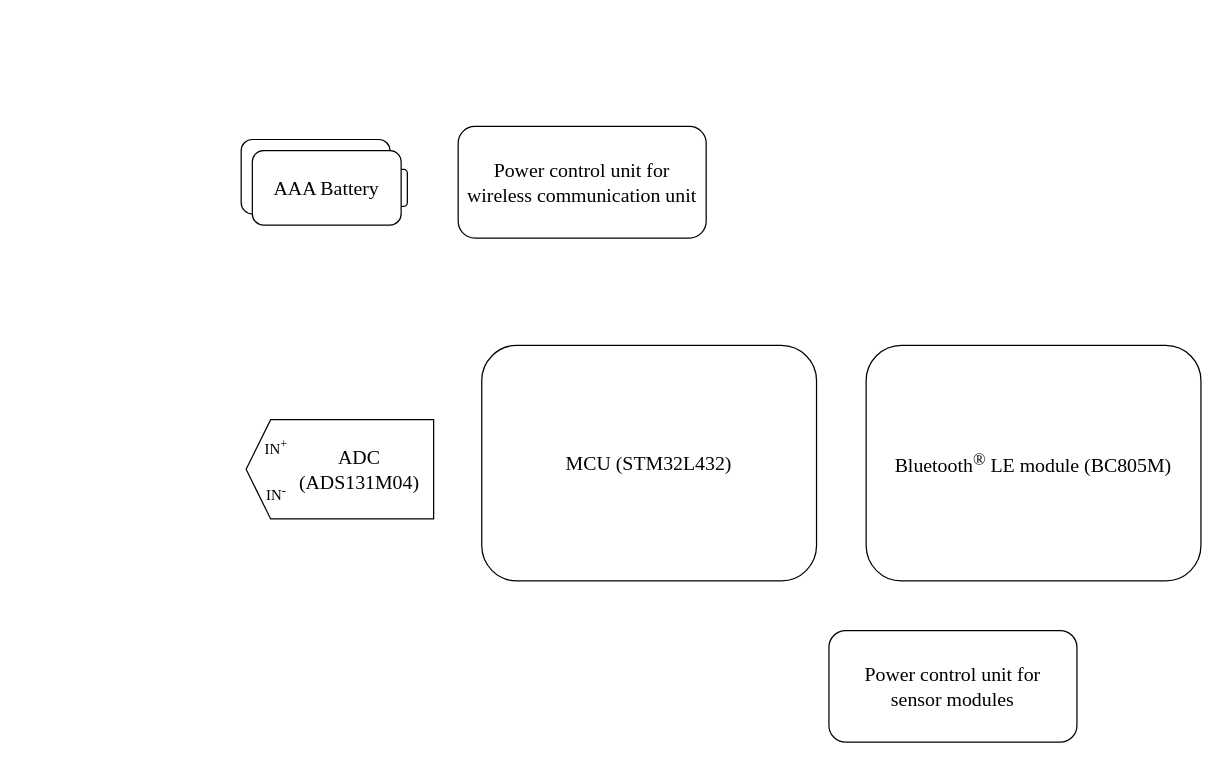
Above: 名称未設定ファイル.drawio in 10matcho27/drawio_figure (draw.io), before the change. Source tidied: cells renumbered, new cells numbered last; positions are measured from the earlier drawing's top-left corner, leaving out a move shared by most shapes. Both pictures are drawn from the tidied source at 124%, with x=0, y=0 at pixel (241, 126).
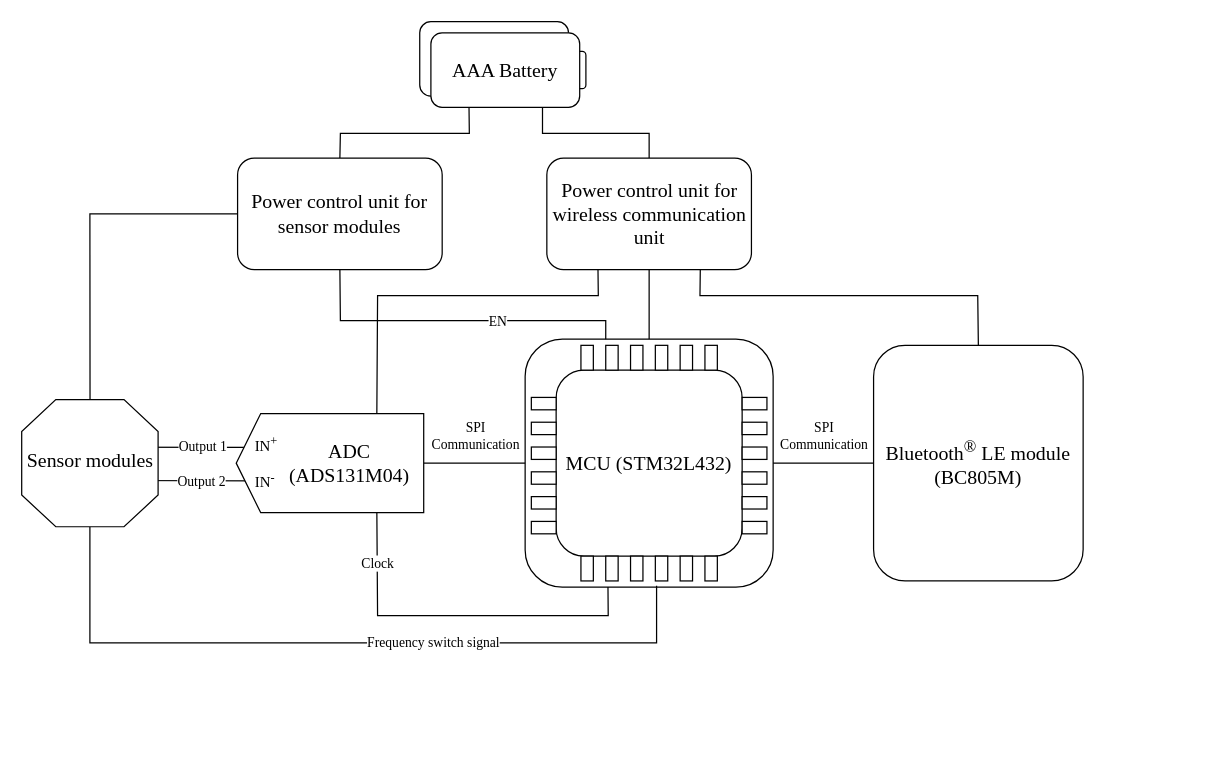
The same page after the edit.

Commit message (it also covers changes not shown here):
名称未設定ファイル.drawio を更新します

Unchanged cells that the change refers to:
```xml
<mxCell id="7" style="shape=offPageConnector;whiteSpace=wrap;html=1;rotation=90;size=0.13076923076923078;direction=east;" parent="6" vertex="1">
  <mxGeometry x="35.6" y="-35.6" width="80" height="151.2" as="geometry" />
</mxCell>
<mxCell id="8" value="&lt;div&gt;&lt;font style=&quot;font-size: 16px;&quot; face=&quot;Times New Roman&quot;&gt;ADC&lt;/font&gt;&lt;/div&gt;&lt;div&gt;&lt;font style=&quot;font-size: 16px;&quot; face=&quot;Times New Roman&quot;&gt;(ADS131M04)&lt;/font&gt;&lt;/div&gt;" style="text;html=1;align=center;verticalAlign=middle;points=[];strokeColor=none;fillColor=none;" parent="6" vertex="1">
  <mxGeometry x="31.2" y="15" width="120" height="50" as="geometry" />
</mxCell>
```

Change to the diagram source:
```diff
@@
+    <mxCell id="3" value="&lt;div style=&quot;font-size: 16px;&quot;&gt;&lt;font face=&quot;Times New Roman&quot; style=&quot;font-size: 16px;&quot;&gt;Power control unit for&lt;/font&gt;&lt;/div&gt;&lt;div style=&quot;font-size: 16px;&quot;&gt;&lt;font face=&quot;Times New Roman&quot; style=&quot;font-size: 16px;&quot;&gt;&lt;font style=&quot;font-size: 16px;&quot;&gt;wireless communication unit&lt;/font&gt;&lt;/font&gt;&lt;font face=&quot;UYQuwq_nZaDoub0qu4J1&quot; style=&quot;font-size: 16px;&quot;&gt;&lt;br&gt;&lt;/font&gt;&lt;/div&gt;" style="rounded=1;whiteSpace=wrap;html=1;" parent="1" vertex="1">
+      <mxGeometry x="246.5" y="25" width="165" height="90" as="geometry" />
+    </mxCell>
+    <mxCell id="5" value="&lt;font style=&quot;font-size: 16px;&quot;&gt;Bluetooth&lt;sup&gt;®&lt;/sup&gt; LE module (BC805M)&lt;/font&gt;" style="rounded=1;whiteSpace=wrap;html=1;fontFamily=Times New Roman;" parent="1" vertex="1">
+      <mxGeometry x="510" y="176" width="169" height="190" as="geometry" />
+    </mxCell>
+    <mxCell id="16" style="endArrow=none;html=1;rounded=0;exitX=0.5;exitY=0;exitDx=0;exitDy=0;entryX=0.5;entryY=1;entryDx=0;entryDy=0;" parent="1" edge="1" source="20" target="3">
+      <mxGeometry relative="1" as="geometry" />
+    </mxCell>
+    <mxCell id="17" style="endArrow=none;html=1;rounded=0;entryX=0.5;entryY=1;entryDx=0;entryDy=0;" parent="1" edge="1" target="4">
+      <mxGeometry relative="1" as="geometry">
+        <mxPoint x="294" y="176" as="sourcePoint" />
+        <Array as="points">
+          <mxPoint x="294" y="156" />
+          <mxPoint x="80" y="156" />
+        </Array>
+      </mxGeometry>
+    </mxCell>
+    <mxCell id="18" value="&lt;font face=&quot;Times New Roman&quot;&gt;EN&lt;/font&gt;" style="edgeLabel;html=1;align=center;verticalAlign=middle;" parent="17" vertex="1">
+      <mxGeometry x="0.47" y="-3" relative="1" as="geometry">
+        <mxPoint x="94" y="3" as="offset" />
+      </mxGeometry>
+    </mxCell>
+    <mxCell id="19" style="group;" parent="1" vertex="1">
+      <mxGeometry x="229" y="171" width="200" height="200" as="geometry" />
+    </mxCell>
+    <mxCell id="20" style="rounded=1;whiteSpace=wrap;html=1;" parent="19" vertex="1">
+      <mxGeometry width="200" height="200" as="geometry" />
+    </mxCell>
-    <mxCell id="2" value="&lt;font style=&quot;font-size: 16px;&quot;&gt;MCU (STM32L432)&lt;/font&gt;" style="rounded=1;whiteSpace=wrap;html=1;fontFamily=Times New Roman;" parent="1" vertex="1">
-      <mxGeometry x="194" y="176" width="270" height="190" as="geometry" />
+    <mxCell id="2" value="&lt;font style=&quot;font-size: 16px;&quot;&gt;MCU (STM32L432)&lt;/font&gt;" style="rounded=1;whiteSpace=wrap;html=1;fontFamily=Times New Roman;" parent="19" vertex="1">
+      <mxGeometry x="25" y="25" width="150" height="150" as="geometry" />
     </mxCell>
-    <mxCell id="3" value="&lt;div style=&quot;font-size: 16px;&quot;&gt;&lt;font face=&quot;Times New Roman&quot; style=&quot;font-size: 16px;&quot;&gt;Power control unit for&lt;/font&gt;&lt;/div&gt;&lt;div style=&quot;font-size: 16px;&quot;&gt;&lt;font face=&quot;Times New Roman&quot; style=&quot;font-size: 16px;&quot;&gt;&lt;font style=&quot;font-size: 16px;&quot;&gt;wireless communication unit&lt;/font&gt;&lt;/font&gt;&lt;font face=&quot;UYQuwq_nZaDoub0qu4J1&quot; style=&quot;font-size: 16px;&quot;&gt;&lt;br&gt;&lt;/font&gt;&lt;/div&gt;" style="rounded=1;whiteSpace=wrap;html=1;" parent="1" vertex="1">
-      <mxGeometry x="175" y="-0.5" width="200" height="90" as="geometry" />
-    </mxCell>
+    <mxCell id="21" style="rounded=0;whiteSpace=wrap;html=1;rotation=-90;" parent="19" vertex="1">
+      <mxGeometry x="180" y="82" width="10" height="20" as="geometry" />
+    </mxCell>
+    <mxCell id="22" style="rounded=0;whiteSpace=wrap;html=1;rotation=-90;" parent="19" vertex="1">
+      <mxGeometry x="180" y="62" width="10" height="20" as="geometry" />
+    </mxCell>
+    <mxCell id="23" style="rounded=0;whiteSpace=wrap;html=1;rotation=-90;" parent="19" vertex="1">
+      <mxGeometry x="180" y="42" width="10" height="20" as="geometry" />
+    </mxCell>
+    <mxCell id="24" style="rounded=0;whiteSpace=wrap;html=1;rotation=-90;" parent="19" vertex="1">
+      <mxGeometry x="180" y="122" width="10" height="20" as="geometry" />
+    </mxCell>
+    <mxCell id="25" style="rounded=0;whiteSpace=wrap;html=1;rotation=-90;" parent="19" vertex="1">
+      <mxGeometry x="180" y="102" width="10" height="20" as="geometry" />
+    </mxCell>
+    <mxCell id="26" style="rounded=0;whiteSpace=wrap;html=1;rotation=-90;" parent="19" vertex="1">
+      <mxGeometry x="180" y="142" width="10" height="20" as="geometry" />
+    </mxCell>
+    <mxCell id="27" style="rounded=0;whiteSpace=wrap;html=1;" parent="19" vertex="1">
+      <mxGeometry x="105" y="5" width="10" height="20" as="geometry" />
+    </mxCell>
+    <mxCell id="28" style="rounded=0;whiteSpace=wrap;html=1;" parent="19" vertex="1">
+      <mxGeometry x="125" y="5" width="10" height="20" as="geometry" />
+    </mxCell>
+    <mxCell id="29" style="rounded=0;whiteSpace=wrap;html=1;" parent="19" vertex="1">
+      <mxGeometry x="145" y="5" width="10" height="20" as="geometry" />
+    </mxCell>
+    <mxCell id="30" style="rounded=0;whiteSpace=wrap;html=1;" parent="19" vertex="1">
+      <mxGeometry x="65" y="5" width="10" height="20" as="geometry" />
+    </mxCell>
+    <mxCell id="31" style="rounded=0;whiteSpace=wrap;html=1;" parent="19" vertex="1">
+      <mxGeometry x="85" y="5" width="10" height="20" as="geometry" />
+    </mxCell>
+    <mxCell id="32" style="rounded=0;whiteSpace=wrap;html=1;" parent="19" vertex="1">
+      <mxGeometry x="45" y="5" width="10" height="20" as="geometry" />
+    </mxCell>
+    <mxCell id="33" style="rounded=0;whiteSpace=wrap;html=1;rotation=-90;" parent="19" vertex="1">
+      <mxGeometry x="10" y="82" width="10" height="20" as="geometry" />
+    </mxCell>
+    <mxCell id="34" style="rounded=0;whiteSpace=wrap;html=1;rotation=-90;" parent="19" vertex="1">
+      <mxGeometry x="10" y="62" width="10" height="20" as="geometry" />
+    </mxCell>
+    <mxCell id="35" style="rounded=0;whiteSpace=wrap;html=1;rotation=-90;" parent="19" vertex="1">
+      <mxGeometry x="10" y="42" width="10" height="20" as="geometry" />
+    </mxCell>
+    <mxCell id="36" style="rounded=0;whiteSpace=wrap;html=1;rotation=-90;" parent="19" vertex="1">
+      <mxGeometry x="10" y="122" width="10" height="20" as="geometry" />
+    </mxCell>
+    <mxCell id="37" style="rounded=0;whiteSpace=wrap;html=1;rotation=-90;" parent="19" vertex="1">
+      <mxGeometry x="10" y="102" width="10" height="20" as="geometry" />
+    </mxCell>
+    <mxCell id="38" style="rounded=0;whiteSpace=wrap;html=1;rotation=-90;" parent="19" vertex="1">
+      <mxGeometry x="10" y="142" width="10" height="20" as="geometry" />
+    </mxCell>
+    <mxCell id="39" style="rounded=0;whiteSpace=wrap;html=1;" parent="19" vertex="1">
+      <mxGeometry x="105" y="175" width="10" height="20" as="geometry" />
+    </mxCell>
+    <mxCell id="40" style="rounded=0;whiteSpace=wrap;html=1;" parent="19" vertex="1">
+      <mxGeometry x="125" y="175" width="10" height="20" as="geometry" />
+    </mxCell>
+    <mxCell id="41" style="rounded=0;whiteSpace=wrap;html=1;" parent="19" vertex="1">
+      <mxGeometry x="145" y="175" width="10" height="20" as="geometry" />
+    </mxCell>
+    <mxCell id="42" style="rounded=0;whiteSpace=wrap;html=1;" parent="19" vertex="1">
+      <mxGeometry x="65" y="175" width="10" height="20" as="geometry" />
+    </mxCell>
+    <mxCell id="43" style="rounded=0;whiteSpace=wrap;html=1;" parent="19" vertex="1">
+      <mxGeometry x="85" y="175" width="10" height="20" as="geometry" />
+    </mxCell>
+    <mxCell id="44" style="rounded=0;whiteSpace=wrap;html=1;" parent="19" vertex="1">
+      <mxGeometry x="45" y="175" width="10" height="20" as="geometry" />
+    </mxCell>
+    <mxCell id="45" style="endArrow=none;html=1;rounded=0;exitX=0;exitY=0.25;exitDx=0;exitDy=0;entryX=0.25;entryY=1;entryDx=0;entryDy=0;" parent="1" edge="1" source="7" target="3">
+      <mxGeometry relative="1" as="geometry">
+        <Array as="points">
+          <mxPoint x="110" y="136" />
+          <mxPoint x="288" y="136" />
+        </Array>
+      </mxGeometry>
+    </mxCell>
     <mxCell id="4" value="&lt;div style=&quot;font-size: 16px;&quot;&gt;&lt;font face=&quot;Times New Roman&quot; style=&quot;font-size: 16px;&quot;&gt;Power control unit for&lt;/font&gt;&lt;/div&gt;&lt;div style=&quot;font-size: 16px;&quot;&gt;&lt;font face=&quot;Times New Roman&quot; style=&quot;font-size: 16px;&quot;&gt;sensor modules&lt;br&gt;&lt;/font&gt;&lt;/div&gt;" style="rounded=1;whiteSpace=wrap;html=1;" parent="1" vertex="1">
-      <mxGeometry x="474" y="406" width="200" height="90" as="geometry" />
+      <mxGeometry x="-2.9" y="25" width="165" height="90" as="geometry" />
     </mxCell>
-    <mxCell id="5" value="&lt;font style=&quot;font-size: 16px;&quot;&gt;Bluetooth&lt;sup&gt;®&lt;/sup&gt; LE module (BC805M)&lt;/font&gt;" style="rounded=1;whiteSpace=wrap;html=1;fontFamily=Times New Roman;" parent="1" vertex="1">
-      <mxGeometry x="504" y="176" width="270" height="190" as="geometry" />
-    </mxCell>
+    <mxCell id="46" style="endArrow=none;html=1;rounded=0;entryX=0;entryY=0.5;entryDx=0;entryDy=0;" parent="1" edge="1" source="8" target="20">
+      <mxGeometry relative="1" as="geometry" />
+    </mxCell>
+    <mxCell id="47" value="&lt;div&gt;&lt;font face=&quot;Times New Roman&quot;&gt;SPI&lt;/font&gt;&lt;/div&gt;&lt;div&gt;&lt;font face=&quot;Times New Roman&quot;&gt;Communication&lt;br&gt;&lt;/font&gt;&lt;/div&gt;" style="edgeLabel;html=1;align=center;verticalAlign=middle;" parent="46" vertex="1">
+      <mxGeometry x="0.22" relative="1" as="geometry">
+        <mxPoint x="-9" y="-23" as="offset" />
+      </mxGeometry>
+    </mxCell>
+    <mxCell id="48" style="endArrow=none;html=1;rounded=0;entryX=0;entryY=0.5;entryDx=0;entryDy=0;exitX=1;exitY=0.5;exitDx=0;exitDy=0;" parent="1" edge="1" source="20" target="5">
+      <mxGeometry relative="1" as="geometry" />
+    </mxCell>
+    <mxCell id="49" value="&lt;div&gt;&lt;font face=&quot;Times New Roman&quot;&gt;SPI&lt;/font&gt;&lt;/div&gt;&lt;div&gt;&lt;font face=&quot;Times New Roman&quot;&gt;Communication&lt;/font&gt;&lt;/div&gt;" style="edgeLabel;html=1;align=center;verticalAlign=middle;" parent="48" vertex="1">
+      <mxGeometry x="-0.07" relative="1" as="geometry">
+        <mxPoint x="2" y="-23" as="offset" />
+      </mxGeometry>
+    </mxCell>
+    <mxCell id="50" style="endArrow=none;html=1;rounded=0;exitX=0.5;exitY=0;exitDx=0;exitDy=0;entryX=0.75;entryY=1;entryDx=0;entryDy=0;" parent="1" edge="1" source="5" target="3">
+      <mxGeometry relative="1" as="geometry">
+        <Array as="points">
+          <mxPoint x="594" y="136" />
+          <mxPoint x="370" y="136" />
+        </Array>
+      </mxGeometry>
+    </mxCell>
+    <mxCell id="51" style="endArrow=none;html=1;rounded=0;exitX=0.5;exitY=0;exitDx=0;exitDy=0;entryX=0.75;entryY=1;entryDx=0;entryDy=0;" parent="1" edge="1" source="3" target="15">
+      <mxGeometry relative="1" as="geometry">
+        <Array as="points">
+          <mxPoint x="329" y="5" />
+          <mxPoint x="243" y="5" />
+        </Array>
+      </mxGeometry>
+    </mxCell>
+    <mxCell id="52" style="endArrow=none;html=1;rounded=0;exitX=0.5;exitY=0;exitDx=0;exitDy=0;entryX=0.25;entryY=0;entryDx=0;entryDy=0;" parent="1" edge="1" target="15">
+      <mxGeometry relative="1" as="geometry">
+        <mxPoint x="79.6" y="25" as="sourcePoint" />
+        <Array as="points">
+          <mxPoint x="80" y="5" />
+          <mxPoint x="184" y="5" />
+        </Array>
+      </mxGeometry>
+    </mxCell>
+    <mxCell id="12" style="rounded=1;whiteSpace=wrap;html=1;fontSize=16;" parent="1" vertex="1">
+      <mxGeometry x="144" y="-85" width="120" height="60" as="geometry" />
+    </mxCell>
+    <mxCell id="14" style="rounded=1;whiteSpace=wrap;html=1;" parent="1" vertex="1">
+      <mxGeometry x="258" y="-61" width="20" height="30" as="geometry" />
+    </mxCell>
+    <mxCell id="15" value="AAA Battery" style="rounded=1;whiteSpace=wrap;html=1;fontSize=16;fontFamily=Times New Roman;" parent="1" vertex="1">
+      <mxGeometry x="153" y="-76" width="120" height="60" as="geometry" />
+    </mxCell>
+    <mxCell id="53" style="endArrow=none;html=1;rounded=0;entryX=0.991;entryY=0.56;entryDx=0;entryDy=0;entryPerimeter=0;fontFamily=Times New Roman;" parent="1" edge="1">
+      <mxGeometry relative="1" as="geometry">
+        <mxPoint x="-166" y="258" as="sourcePoint" />
+        <mxPoint x="47.6" y="258.3" as="targetPoint" />
+      </mxGeometry>
+    </mxCell>
+    <mxCell id="54" value="&lt;font face=&quot;Times New Roman&quot;&gt;Output 1&lt;/font&gt;" style="edgeLabel;html=1;align=center;verticalAlign=middle;" parent="53" vertex="1">
+      <mxGeometry x="0.25" y="1" relative="1" as="geometry" />
+    </mxCell>
+    <mxCell id="55" style="endArrow=none;html=1;rounded=0;entryX=1.029;entryY=0.559;entryDx=0;entryDy=0;entryPerimeter=0;" parent="1" edge="1">
+      <mxGeometry relative="1" as="geometry">
+        <mxPoint x="-166" y="285" as="sourcePoint" />
+        <mxPoint x="49.2" y="285.3" as="targetPoint" />
+        <Array as="points">
+          <mxPoint x="-106" y="285" />
+        </Array>
+      </mxGeometry>
+    </mxCell>
+    <mxCell id="56" value="&lt;font face=&quot;Times New Roman&quot;&gt;Output 2&lt;br&gt;&lt;/font&gt;" style="edgeLabel;html=1;align=center;verticalAlign=middle;" parent="55" vertex="1">
+      <mxGeometry x="0.31" y="-2" relative="1" as="geometry">
+        <mxPoint x="-7" y="-2" as="offset" />
+      </mxGeometry>
+    </mxCell>
+    <mxCell id="57" style="endArrow=none;html=1;rounded=0;entryX=0;entryY=0.5;entryDx=0;entryDy=0;exitX=0.501;exitY=0.015;exitDx=0;exitDy=0;exitPerimeter=0;" parent="1" edge="1" source="60" target="4">
+      <mxGeometry relative="1" as="geometry">
+        <Array as="points">
+          <mxPoint x="-122" y="70" />
+          <mxPoint x="-66" y="70" />
+        </Array>
+      </mxGeometry>
+    </mxCell>
+    <mxCell id="58" style="endArrow=none;html=1;rounded=0;exitX=0.53;exitY=0.994;exitDx=0;exitDy=0;exitPerimeter=0;" parent="1" edge="1" source="20" target="60">
+      <mxGeometry relative="1" as="geometry">
+        <Array as="points">
+          <mxPoint x="335" y="416" />
+          <mxPoint x="-122" y="416" />
+        </Array>
+      </mxGeometry>
+    </mxCell>
+    <mxCell id="59" value="&lt;font face=&quot;Times New Roman&quot;&gt;Frequency switch signal&lt;/font&gt;" style="edgeLabel;html=1;align=center;verticalAlign=middle;" parent="58" vertex="1">
+      <mxGeometry x="-0.24" y="2" relative="1" as="geometry">
+        <mxPoint y="-3" as="offset" />
+      </mxGeometry>
+    </mxCell>
+    <mxCell id="60" value="&lt;font style=&quot;font-size: 16px;&quot; face=&quot;Times New Roman&quot;&gt;Sensor modules&lt;br&gt;&lt;/font&gt;" style="verticalLabelPosition=bottom;verticalAlign=top;html=1;shape=mxgraph.basic.polygon;polyCoords=[[0.25,0],[0.75,0],[1,0.25],[1,0.75],[0.75,1],[0.25,1],[0,0.75],[0,0.25]];polyline=0;spacingBottom=0;spacing=-67;" parent="1" vertex="1">
+      <mxGeometry x="-177" y="219.8" width="110" height="102.5" as="geometry" />
+    </mxCell>
+    <mxCell id="61" style="endArrow=none;html=1;rounded=0;exitX=0.334;exitY=1.009;exitDx=0;exitDy=0;entryX=1;entryY=0.25;entryDx=0;entryDy=0;exitPerimeter=0;" parent="1" edge="1">
+      <mxGeometry relative="1" as="geometry">
+        <mxPoint x="295.8" y="370.8" as="sourcePoint" />
+        <mxPoint x="109.4" y="309" as="targetPoint" />
+        <Array as="points">
+          <mxPoint x="296" y="394" />
+          <mxPoint x="110" y="394" />
+        </Array>
+      </mxGeometry>
+    </mxCell>
+    <mxCell id="62" value="&lt;font face=&quot;Times New Roman&quot;&gt;Clock&lt;/font&gt;" style="edgeLabel;html=1;align=center;verticalAlign=middle;" parent="61" vertex="1">
+      <mxGeometry x="0.71" relative="1" as="geometry" />
+    </mxCell>
     <mxCell id="6" style="group;" parent="1" vertex="1">
-      <mxGeometry x="4" y="236" width="151.2" height="80" as="geometry" />
+      <mxGeometry x="-4" y="231" width="151.2" height="80" as="geometry" />
     </mxCell>
@@
     <mxCell id="9" value="&lt;font style=&quot;font-size: 12px;&quot; face=&quot;Times New Roman&quot;&gt;IN&lt;sup&gt;+&lt;/sup&gt;&lt;/font&gt;" style="text;html=1;align=center;verticalAlign=middle;strokeColor=none;fillColor=none;" parent="6" vertex="1">
-      <mxGeometry x="4" y="6.5" width="40" height="30" as="geometry" />
+      <mxGeometry x="4" y="9.5" width="40" height="30" as="geometry" />
     </mxCell>
     <mxCell id="10" value="&lt;font face=&quot;Times New Roman&quot;&gt;IN&lt;sup&gt;-&lt;/sup&gt;&lt;/font&gt;" style="text;html=1;align=center;verticalAlign=middle;strokeColor=none;fillColor=none;" parent="6" vertex="1">
-      <mxGeometry x="4" y="43.5" width="40" height="30" as="geometry" />
+      <mxGeometry x="3" y="38.5" width="40" height="30" as="geometry" />
     </mxCell>
-    <mxCell id="11" style="group;" parent="1" vertex="1">
-      <mxGeometry y="10" width="134" height="69" as="geometry" />
-    </mxCell>
-    <mxCell id="12" style="rounded=1;whiteSpace=wrap;html=1;fontSize=16;" parent="11" vertex="1">
-      <mxGeometry width="120" height="60" as="geometry" />
-    </mxCell>
-    <mxCell id="13" style="group;fontFamily=Times New Roman;" parent="11" vertex="1">
-      <mxGeometry x="9" y="9" width="125" height="60" as="geometry" />
-    </mxCell>
-    <mxCell id="14" style="rounded=1;whiteSpace=wrap;html=1;" parent="13" vertex="1">
-      <mxGeometry x="105" y="15" width="20" height="30" as="geometry" />
-    </mxCell>
-    <mxCell id="15" value="AAA Battery" style="rounded=1;whiteSpace=wrap;html=1;fontSize=16;fontFamily=Times New Roman;" parent="13" vertex="1">
-      <mxGeometry width="120" height="60" as="geometry" />
-    </mxCell>
```
